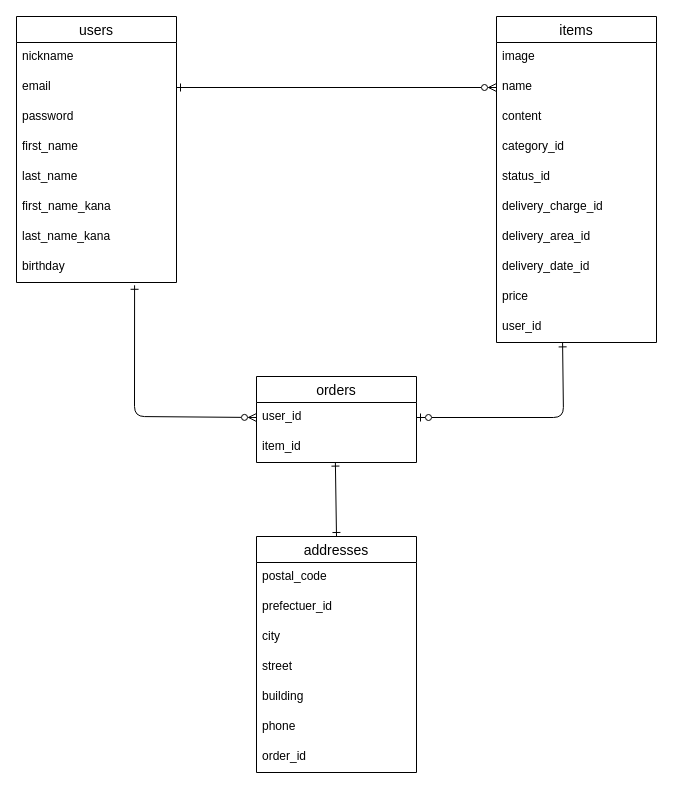
This is test.dio from iwanaga0225/furima-39952, a draw.io file, before an edit. Source tidied: cells renumbered, new cells numbered last; positions are measured from the earlier drawing's top-left corner, leaving out a move shared by most shapes. Both pictures are drawn from the tidied source at 100%, with x=0, y=0 at pixel (16, 16).
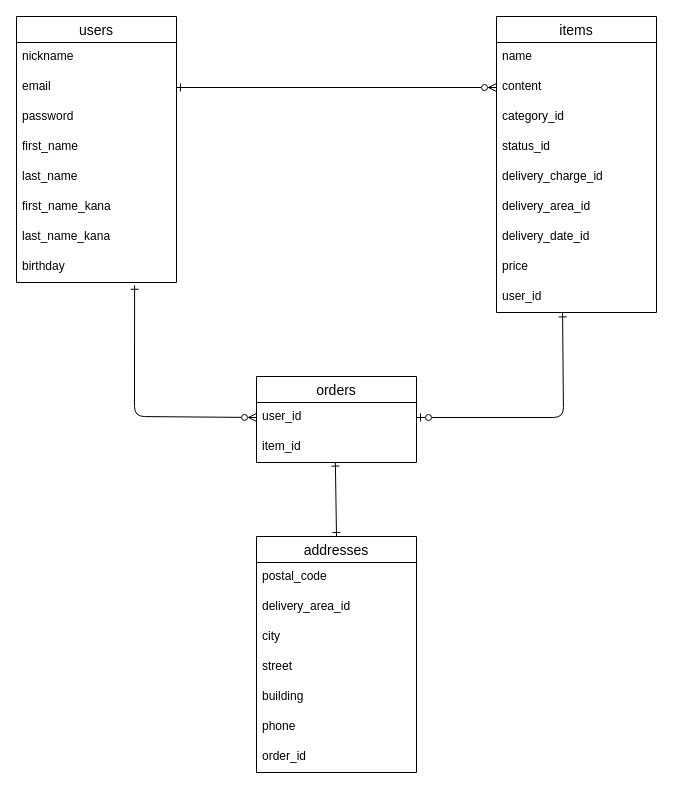
The same page after the edit.

Unchanged cells that the change refers to:
```xml
<mxCell id="4" value="email" style="text;strokeColor=none;fillColor=none;spacingLeft=4;spacingRight=4;overflow=hidden;points=[[0,0.5],[1,0.5]];portConstraint=eastwest;fontSize=12;" parent="2" vertex="1">
  <mxGeometry y="56" width="160" height="30" as="geometry" />
</mxCell>
<mxCell id="28" value="addresses" style="swimlane;fontStyle=0;horizontal=1;startSize=26;align=center;fontSize=14;" parent="1" vertex="1">
  <mxGeometry x="240" y="520" width="160" height="236" as="geometry" />
</mxCell>
```

The edit, as a diff of the source:
```diff
@@
     <mxCell id="11" value="items" style="swimlane;fontStyle=0;horizontal=1;startSize=26;align=center;fontSize=14;" parent="1" vertex="1">
-      <mxGeometry x="480" width="160" height="326" as="geometry" />
+      <mxGeometry x="480" width="160" height="296" as="geometry" />
     </mxCell>
-    <mxCell id="12" value="image" style="text;strokeColor=none;fillColor=none;spacingLeft=4;spacingRight=4;overflow=hidden;fontSize=12;" parent="11" vertex="1">
-      <mxGeometry y="26" width="160" height="30" as="geometry" />
-    </mxCell>
     <mxCell id="13" value="name" style="text;strokeColor=none;fillColor=none;spacingLeft=4;spacingRight=4;overflow=hidden;points=[[0,0.5],[1,0.5]];portConstraint=eastwest;fontSize=12;" parent="11" vertex="1">
-      <mxGeometry y="56" width="160" height="30" as="geometry" />
+      <mxGeometry y="26" width="160" height="30" as="geometry" />
     </mxCell>
     <mxCell id="14" value="content" style="text;strokeColor=none;fillColor=none;spacingLeft=4;spacingRight=4;overflow=hidden;points=[[0,0.5],[1,0.5]];portConstraint=eastwest;fontSize=12;" parent="11" vertex="1">
-      <mxGeometry y="86" width="160" height="30" as="geometry" />
+      <mxGeometry y="56" width="160" height="30" as="geometry" />
     </mxCell>
     <mxCell id="15" value="category_id" style="text;strokeColor=none;fillColor=none;spacingLeft=4;spacingRight=4;overflow=hidden;fontSize=12;" parent="11" vertex="1">
-      <mxGeometry y="116" width="160" height="30" as="geometry" />
+      <mxGeometry y="86" width="160" height="30" as="geometry" />
     </mxCell>
     <mxCell id="16" value="status_id" style="text;strokeColor=none;fillColor=none;spacingLeft=4;spacingRight=4;overflow=hidden;fontSize=12;" parent="11" vertex="1">
-      <mxGeometry y="146" width="160" height="30" as="geometry" />
+      <mxGeometry y="116" width="160" height="30" as="geometry" />
     </mxCell>
     <mxCell id="17" value="delivery_charge_id" style="text;strokeColor=none;fillColor=none;spacingLeft=4;spacingRight=4;overflow=hidden;fontSize=12;" parent="11" vertex="1">
-      <mxGeometry y="176" width="160" height="30" as="geometry" />
+      <mxGeometry y="146" width="160" height="30" as="geometry" />
     </mxCell>
     <mxCell id="18" value="delivery_area_id" style="text;strokeColor=none;fillColor=none;spacingLeft=4;spacingRight=4;overflow=hidden;fontSize=12;" parent="11" vertex="1">
-      <mxGeometry y="206" width="160" height="30" as="geometry" />
+      <mxGeometry y="176" width="160" height="30" as="geometry" />
     </mxCell>
     <mxCell id="19" value="delivery_date_id" style="text;strokeColor=none;fillColor=none;spacingLeft=4;spacingRight=4;overflow=hidden;fontSize=12;" parent="11" vertex="1">
-      <mxGeometry y="236" width="160" height="30" as="geometry" />
+      <mxGeometry y="206" width="160" height="30" as="geometry" />
     </mxCell>
     <mxCell id="20" value="price" style="text;strokeColor=none;fillColor=none;spacingLeft=4;spacingRight=4;overflow=hidden;fontSize=12;" parent="11" vertex="1">
-      <mxGeometry y="266" width="160" height="30" as="geometry" />
+      <mxGeometry y="236" width="160" height="30" as="geometry" />
     </mxCell>
     <mxCell id="21" value="user_id" style="text;strokeColor=none;fillColor=none;spacingLeft=4;spacingRight=4;overflow=hidden;points=[[0,0.5],[1,0.5]];portConstraint=eastwest;fontSize=12;" parent="11" vertex="1">
-      <mxGeometry y="296" width="160" height="30" as="geometry" />
+      <mxGeometry y="266" width="160" height="30" as="geometry" />
     </mxCell>
-    <mxCell id="22" style="edgeStyle=none;html=1;exitX=1;exitY=0.5;exitDx=0;exitDy=0;startArrow=ERone;startFill=0;endArrow=ERzeroToMany;endFill=0;" parent="1" edge="1" source="4" target="13">
+    <mxCell id="22" style="edgeStyle=none;html=1;exitX=1;exitY=0.5;exitDx=0;exitDy=0;startArrow=ERone;startFill=0;endArrow=ERzeroToMany;endFill=0;entryX=0;entryY=0.5;entryDx=0;entryDy=0;" parent="1" edge="1" source="4" target="14">
       <mxGeometry relative="1" as="geometry" />
     </mxCell>
@@
-    <mxCell id="30" value="prefectuer_id" style="text;strokeColor=none;fillColor=none;spacingLeft=4;spacingRight=4;overflow=hidden;fontSize=12;" parent="28" vertex="1">
+    <mxCell id="30" value="delivery_area_id" style="text;strokeColor=none;fillColor=none;spacingLeft=4;spacingRight=4;overflow=hidden;fontSize=12;" parent="28" vertex="1">
       <mxGeometry y="56" width="160" height="30" as="geometry" />
     </mxCell>
```
